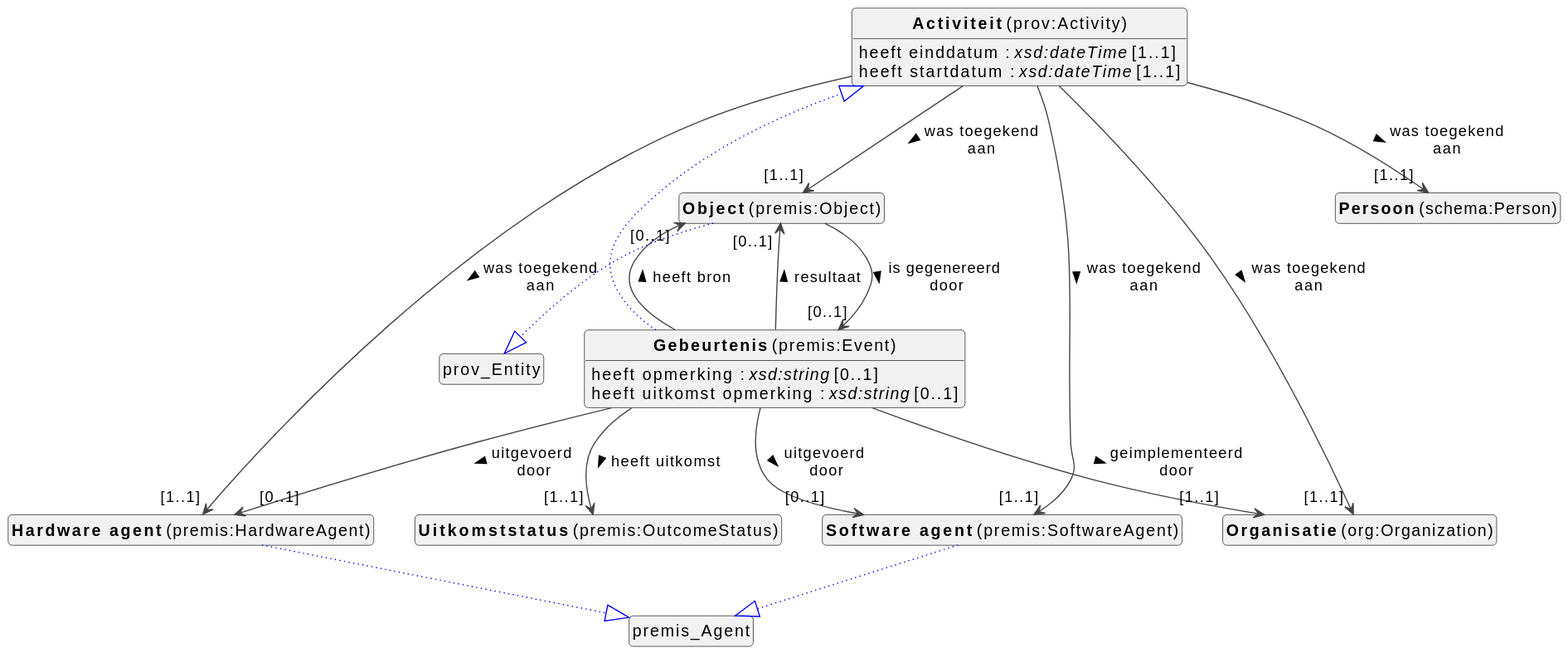
viaacode/documentation-jekyll keeps this PlantUML diagram as docs/metadata/modellen/events-diagram.svg. Above is the earlier version.
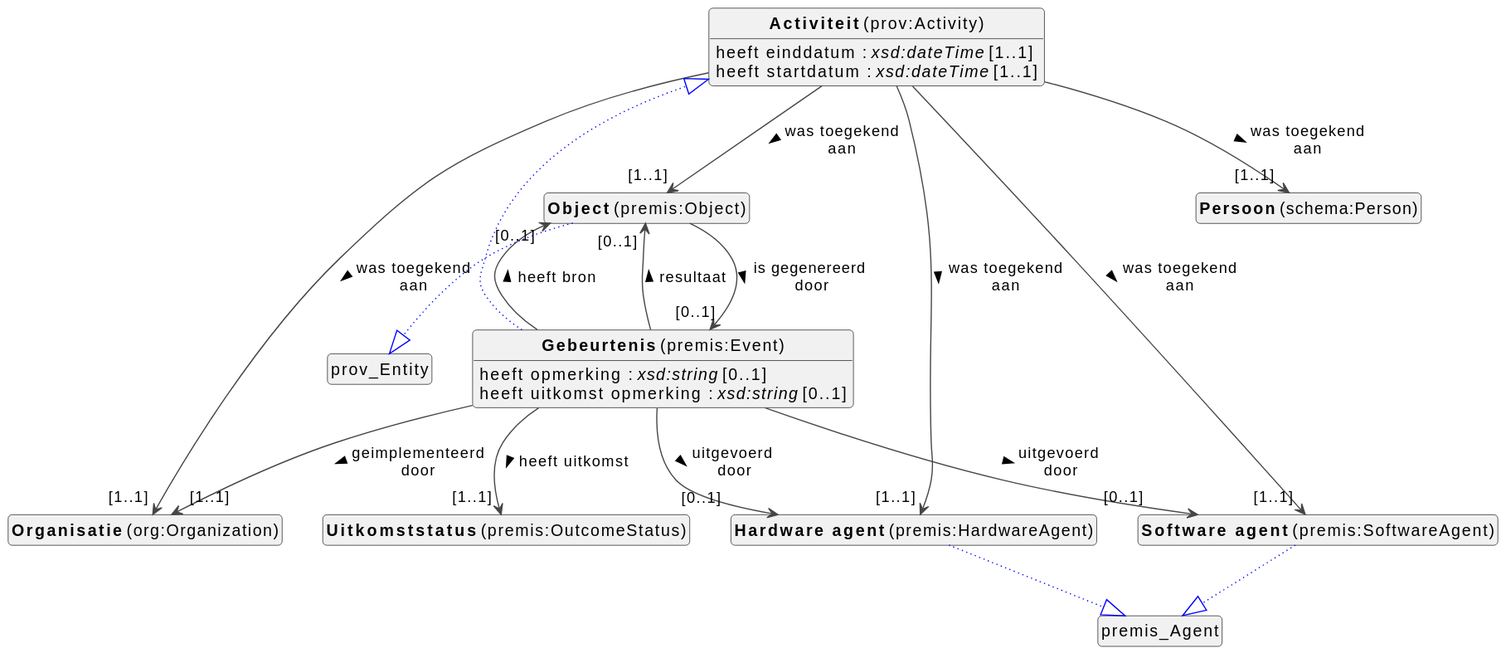
The same file after the commit.

The edit, as a diff of the source:
```diff
@@ -11,11 +11,11 @@
 class "<b>Activiteit</b> (prov:Activity)" as prov_Activity [[#prov%3AActivity]]
 class "<b>Gebeurtenis</b> (premis:Event)" as premis_Event [[#premis%3AEvent]]
 class "<b>Object</b> (premis:Object)" as premis_Object [[#premis%3AObject]]
+class "<b>Organisatie</b> (org:Organization)" as org_Organization [[#org%3AOrganization]]
+class "<b>Uitkomststatus</b> (premis:OutcomeStatus)" as premis_OutcomeStatus [[#premis%3AOutcomeStatus]]
+class "<b>Software agent</b> (premis:SoftwareAgent)" as premis_SoftwareAgent [[#premis%3ASoftwareAgent]]
 class "<b>Hardware agent</b> (premis:HardwareAgent)" as premis_HardwareAgent [[#premis%3AHardwareAgent]]
 class "<b>Persoon</b> (schema:Person)" as schema_Person [[#schema%3APerson]]
-class "<b>Organisatie</b> (org:Organization)" as org_Organization [[#org%3AOrganization]]
-class "<b>Software agent</b> (premis:SoftwareAgent)" as premis_SoftwareAgent [[#premis%3ASoftwareAgent]]
-class "<b>Uitkomststatus</b> (premis:OutcomeStatus)" as premis_OutcomeStatus [[#premis%3AOutcomeStatus]]
 
 
 prov_Activity : heeft einddatum : <i>xsd:dateTime</i> [1..1]
@@ -53,14 +53,14 @@
 
 premis_Object --> "[0..1]" premis_Event : is gegenereerd door >
 
-premis_HardwareAgent --|> premis_Agent #blue;line.dotted;text:blue
-
-
 
 
 
 
 premis_SoftwareAgent --|> premis_Agent #blue;line.dotted;text:blue
+
+
+premis_HardwareAgent --|> premis_Agent #blue;line.dotted;text:blue
 
 
 
```
